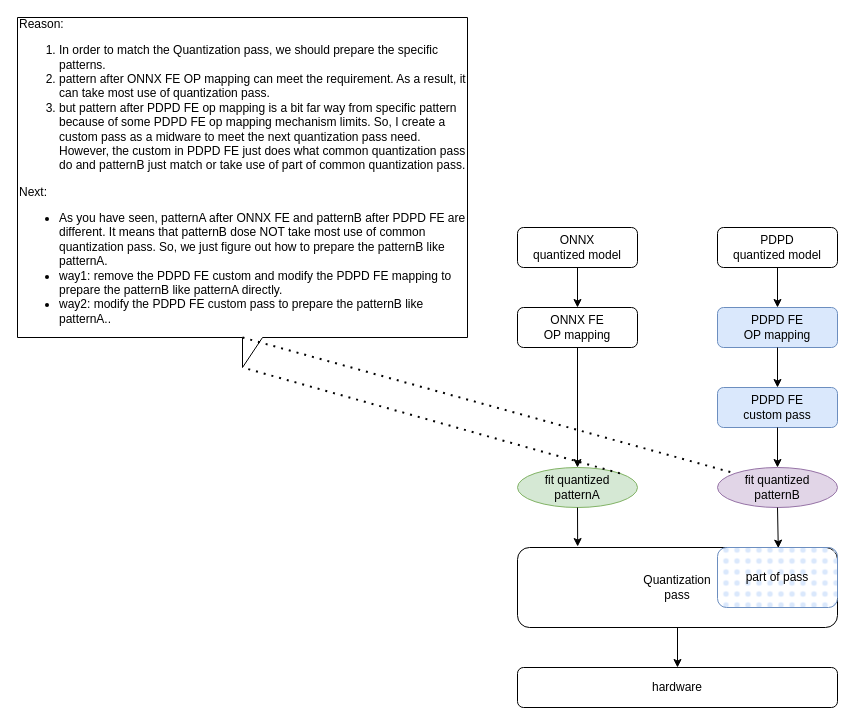
This is OpenVINO/PDFE_Quantization.drawio from alanzhai219/dive_into_framework, a draw.io file, before an edit. Source tidied: cells renumbered, new cells numbered last; positions are measured from the earlier drawing's top-left corner, leaving out a move shared by most shapes. Both pictures are drawn from the tidied source at 100%, with x=0, y=0 at pixel (17, 17).
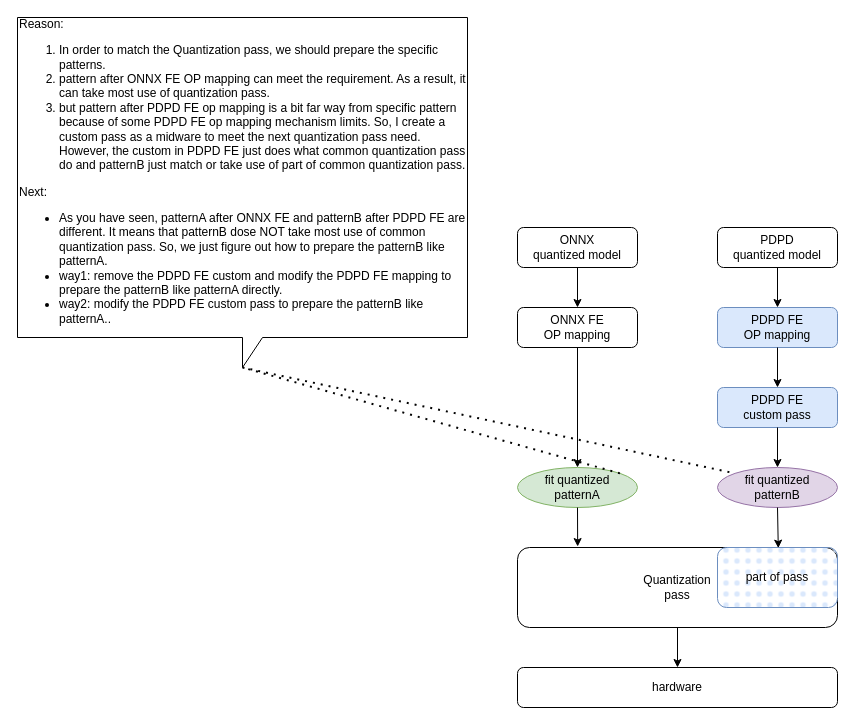
After the change.

The change refers to these unchanged cells:
```xml
<mxCell id="11" value="fit quantized&lt;br&gt;patternB" style="ellipse;whiteSpace=wrap;html=1;fillColor=#e1d5e7;strokeColor=#9673a6;fillStyle=auto;" parent="1" vertex="1">
  <mxGeometry x="700" y="450" width="120" height="40" as="geometry" />
</mxCell>
<mxCell id="20" value="&lt;div&gt;Reason:&lt;/div&gt;&lt;ol&gt;&lt;li&gt;In order to match the Quantization pass, we should prepare the specific patterns.&lt;/li&gt;&lt;li&gt;&lt;span style=&quot;background-color: initial;&quot;&gt;pattern after ONNX FE OP mapping can meet the requirement. As a result, it can take most use of quantization pass.&lt;/span&gt;&lt;/li&gt;&lt;li&gt;&lt;span style=&quot;background-color: initial;&quot;&gt;but pattern after PDPD FE op mapping is a bit far way from specific pattern because of some PDPD FE op mapping mechanism limits. So, I create a custom pass as a midware to meet the next quantization pass need. However, the custom in PDPD FE just does what common quantization pass do and patternB just match or take use of part of common quantization pass.&lt;/span&gt;&lt;/li&gt;&lt;/ol&gt;&lt;span style=&quot;background-color: initial;&quot;&gt;Next:&lt;br&gt;&lt;ul&gt;&lt;li&gt;&lt;span style=&quot;background-color: initial;&quot;&gt;As you have seen, patternA after ONNX FE and patternB after PDPD FE are different. It means that patternB dose N&lt;/span&gt;&lt;span style=&quot;background-color: initial;&quot;&gt;OT take most use of common quantization pass. So, we just figure out how to prepare the patternB like patternA.&lt;/span&gt;&lt;/li&gt;&lt;li&gt;&lt;span style=&quot;background-color: initial;&quot;&gt;way1: remove the PDPD FE custom and modify the PDPD FE mapping to prepare the patternB like patternA directly.&lt;/span&gt;&lt;/li&gt;&lt;li&gt;&lt;span style=&quot;background-color: initial;&quot;&gt;way2: modify the PDPD FE custom pass to prepare the patternB like patternA..&lt;/span&gt;&lt;/li&gt;&lt;/ul&gt;&lt;/span&gt;" style="shape=callout;whiteSpace=wrap;html=1;perimeter=calloutPerimeter;align=left;" parent="1" vertex="1">
  <mxGeometry width="450" height="350" as="geometry" />
</mxCell>
```

What changed in the source:
```diff
@@
-    <mxCell id="22" style="endArrow=none;dashed=1;html=1;dashPattern=1 3;strokeWidth=2;rounded=0;entryX=0;entryY=0;entryDx=0;entryDy=0;exitX=0;exitY=0;exitDx=225;exitDy=320;exitPerimeter=0;" parent="1" edge="1" source="20" target="11">
+    <mxCell id="22" style="endArrow=none;dashed=1;html=1;dashPattern=1 3;strokeWidth=2;rounded=0;entryX=0;entryY=0;entryDx=0;entryDy=0;exitX=0;exitY=0;exitDx=225;exitDy=350;exitPerimeter=0;" parent="1" edge="1" source="20" target="11">
       <mxGeometry relative="1" as="geometry" />
     </mxCell>
```
